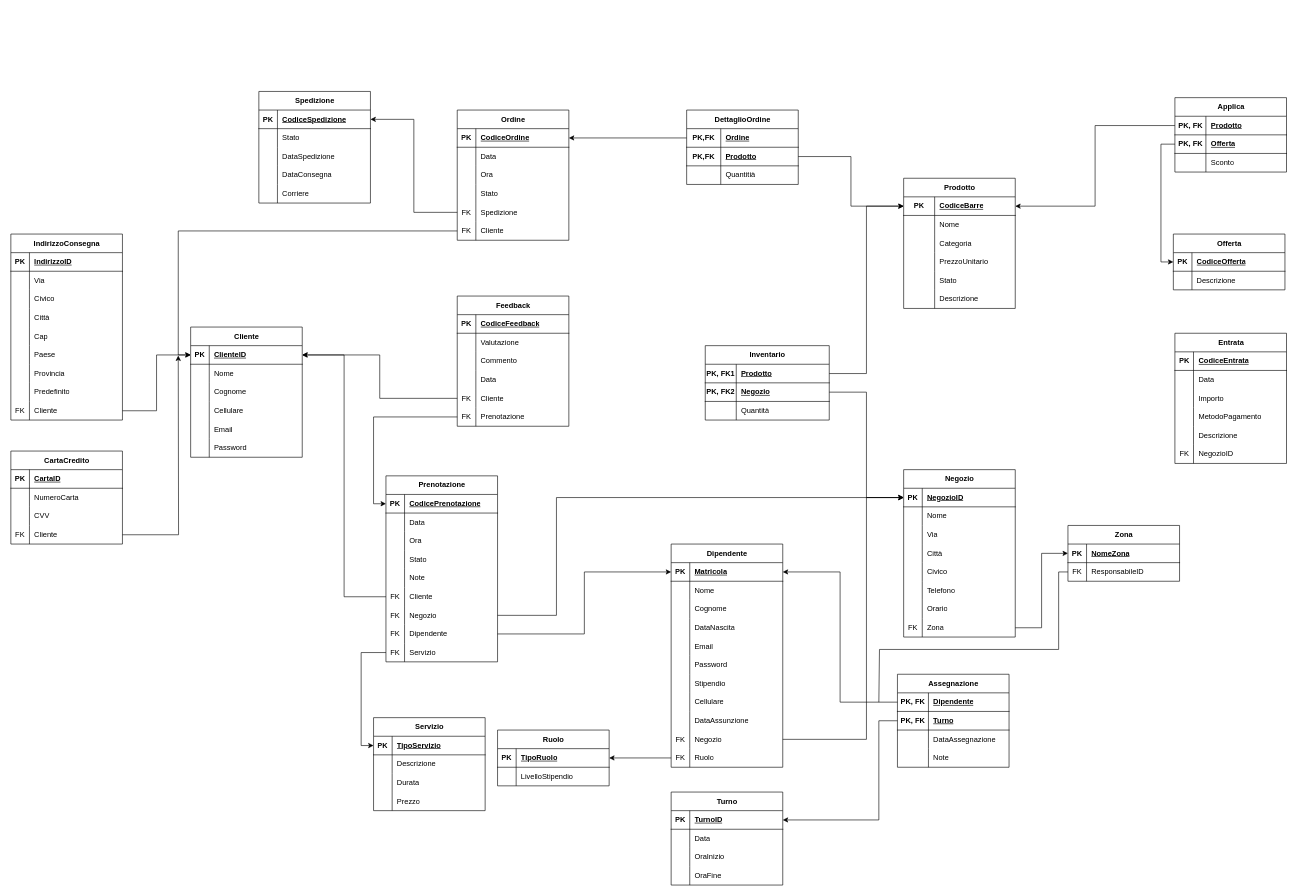
Before: drawio/logico.drawio in IonutZbir/ProgettoDatabase, a draw.io diagram. Source tidied: cells renumbered, new cells numbered last; positions are measured from the earlier drawing's top-left corner, leaving out a move shared by most shapes. Both pictures are drawn from the tidied source at 62%, with x=0, y=0 at pixel (11, 91).
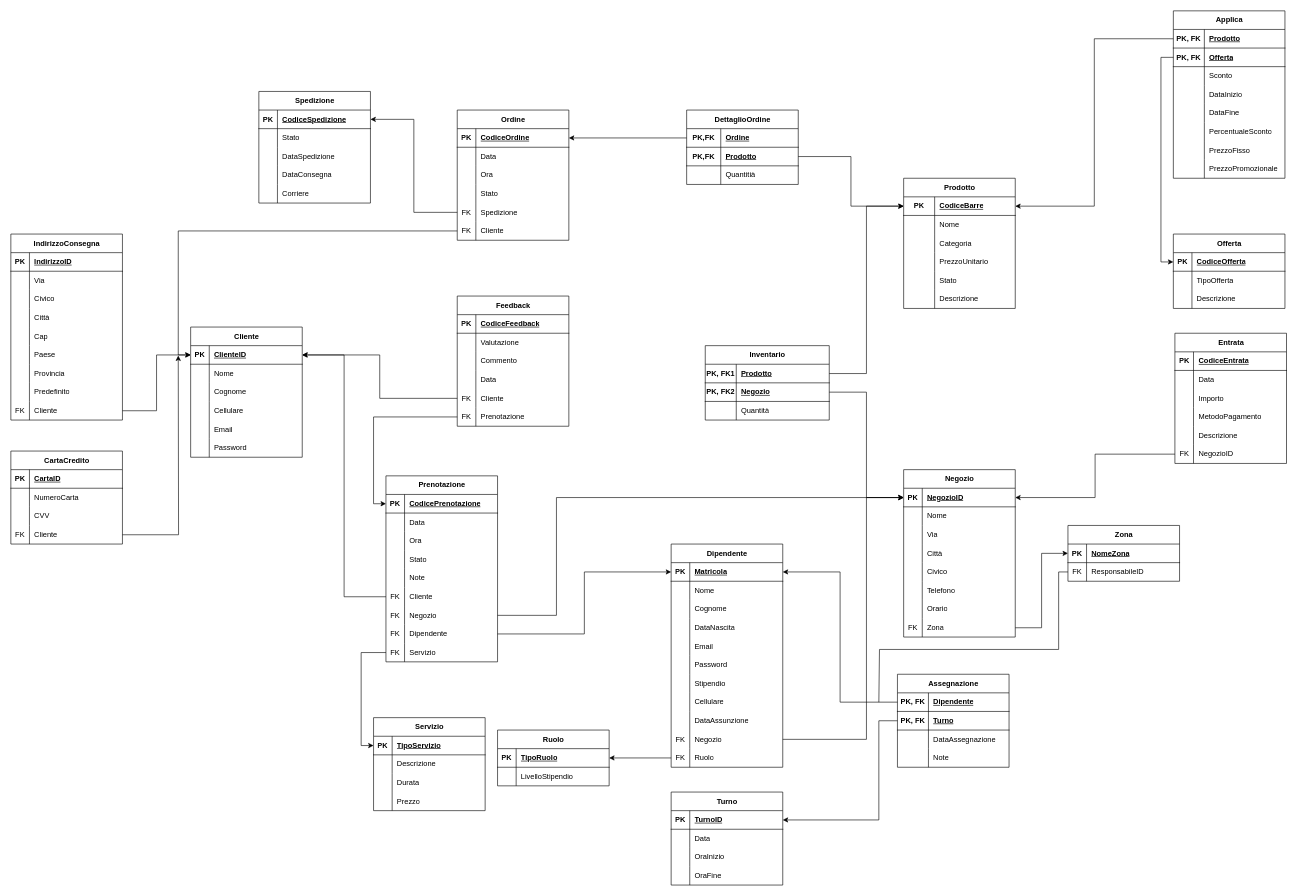
The same diagram, later.

Unchanged cells that the change refers to:
```xml
<mxCell id="3" style="shape=tableRow;horizontal=0;startSize=0;swimlaneHead=0;swimlaneBody=0;fillColor=none;points=[[0,0.5],[1,0.5]];portConstraint=eastwest;top=0;left=0;right=0;bottom=1;" parent="2" vertex="1">
  <mxGeometry y="30" width="180" height="30" as="geometry" />
</mxCell>
<mxCell id="72" style="shape=tableRow;horizontal=0;startSize=0;swimlaneHead=0;swimlaneBody=0;fillColor=none;points=[[0,0.5],[1,0.5]];portConstraint=eastwest;top=0;left=0;right=0;bottom=0;" parent="56" vertex="1">
  <mxGeometry y="180" width="180" height="30" as="geometry" />
</mxCell>
<mxCell id="318" style="shape=tableRow;horizontal=0;startSize=0;swimlaneHead=0;swimlaneBody=0;fillColor=none;top=0;left=0;right=0;bottom=0;" parent="314" vertex="1">
  <mxGeometry y="60" width="180" height="30" as="geometry" />
</mxCell>
```

The edit, as a diff of the source:
```diff
@@
     <mxCell id="314" value="Offerta" style="shape=table;startSize=30;childLayout=tableLayout;rowLines=0;fontStyle=1;align=center;html=1;" parent="1" vertex="1">
-      <mxGeometry x="1875" y="230" width="180" height="90" as="geometry" />
+      <mxGeometry x="1875" y="230" width="180" height="120" as="geometry" />
     </mxCell>
@@
-    <mxCell id="320" value="Descrizione" style="shape=partialRectangle;fillColor=none;top=0;left=0;bottom=0;right=0;align=left;spacingLeft=6;overflow=hidden;whiteSpace=wrap;html=1;" parent="318" vertex="1">
+    <mxCell id="320" value="TipoOfferta" style="shape=partialRectangle;fillColor=none;top=0;left=0;bottom=0;right=0;align=left;spacingLeft=6;overflow=hidden;whiteSpace=wrap;html=1;" parent="318" vertex="1">
       <mxGeometry x="30" width="150" height="30" as="geometry" />
     </mxCell>
+    <mxCell id="355" style="shape=tableRow;horizontal=0;startSize=0;swimlaneHead=0;swimlaneBody=0;fillColor=none;top=0;left=0;right=0;bottom=0;" parent="314" vertex="1">
+      <mxGeometry y="90" width="180" height="30" as="geometry" />
+    </mxCell>
+    <mxCell id="356" style="shape=partialRectangle;fillColor=none;top=0;left=0;bottom=0;right=0;overflow=hidden;whiteSpace=wrap;html=1;" parent="355" vertex="1">
+      <mxGeometry width="30" height="30" as="geometry" />
+    </mxCell>
+    <mxCell id="357" value="Descrizione" style="shape=partialRectangle;fillColor=none;top=0;left=0;bottom=0;right=0;align=left;spacingLeft=6;overflow=hidden;whiteSpace=wrap;html=1;" parent="355" vertex="1">
+      <mxGeometry x="30" width="150" height="30" as="geometry" />
+    </mxCell>
     <mxCell id="321" value="Applica" style="shape=table;startSize=30;childLayout=tableLayout;rowLines=0;fontStyle=1;align=center;html=1;" parent="1" vertex="1">
-      <mxGeometry x="1877.5" y="10" width="180" height="120" as="geometry" />
+      <mxGeometry x="1875" y="-130" width="180" height="270" as="geometry" />
     </mxCell>
@@
+    <mxCell id="358" style="shape=tableRow;horizontal=0;startSize=0;swimlaneHead=0;swimlaneBody=0;fillColor=none;top=0;left=0;right=0;bottom=0;" parent="321" vertex="1">
+      <mxGeometry y="120" width="180" height="30" as="geometry" />
+    </mxCell>
+    <mxCell id="359" style="shape=partialRectangle;fillColor=none;top=0;left=0;bottom=0;right=0;overflow=hidden;whiteSpace=wrap;html=1;" parent="358" vertex="1">
+      <mxGeometry width="50" height="30" as="geometry" />
+    </mxCell>
+    <mxCell id="360" value="DataInizio" style="shape=partialRectangle;fillColor=none;top=0;left=0;bottom=0;right=0;align=left;spacingLeft=6;overflow=hidden;whiteSpace=wrap;html=1;" parent="358" vertex="1">
+      <mxGeometry x="50" width="130" height="30" as="geometry" />
+    </mxCell>
+    <mxCell id="361" style="shape=tableRow;horizontal=0;startSize=0;swimlaneHead=0;swimlaneBody=0;fillColor=none;top=0;left=0;right=0;bottom=0;" parent="321" vertex="1">
+      <mxGeometry y="150" width="180" height="30" as="geometry" />
+    </mxCell>
+    <mxCell id="362" style="shape=partialRectangle;fillColor=none;top=0;left=0;bottom=0;right=0;overflow=hidden;whiteSpace=wrap;html=1;" parent="361" vertex="1">
+      <mxGeometry width="50" height="30" as="geometry" />
+    </mxCell>
+    <mxCell id="363" value="DataFine" style="shape=partialRectangle;fillColor=none;top=0;left=0;bottom=0;right=0;align=left;spacingLeft=6;overflow=hidden;whiteSpace=wrap;html=1;" parent="361" vertex="1">
+      <mxGeometry x="50" width="130" height="30" as="geometry" />
+    </mxCell>
+    <mxCell id="364" style="shape=tableRow;horizontal=0;startSize=0;swimlaneHead=0;swimlaneBody=0;fillColor=none;top=0;left=0;right=0;bottom=0;" parent="321" vertex="1">
+      <mxGeometry y="180" width="180" height="30" as="geometry" />
+    </mxCell>
+    <mxCell id="365" style="shape=partialRectangle;fillColor=none;top=0;left=0;bottom=0;right=0;overflow=hidden;whiteSpace=wrap;html=1;" parent="364" vertex="1">
+      <mxGeometry width="50" height="30" as="geometry" />
+    </mxCell>
+    <mxCell id="366" value="PercentualeSconto" style="shape=partialRectangle;fillColor=none;top=0;left=0;bottom=0;right=0;align=left;spacingLeft=6;overflow=hidden;whiteSpace=wrap;html=1;" parent="364" vertex="1">
+      <mxGeometry x="50" width="130" height="30" as="geometry" />
+    </mxCell>
+    <mxCell id="367" style="shape=tableRow;horizontal=0;startSize=0;swimlaneHead=0;swimlaneBody=0;fillColor=none;top=0;left=0;right=0;bottom=0;" parent="321" vertex="1">
+      <mxGeometry y="210" width="180" height="30" as="geometry" />
+    </mxCell>
+    <mxCell id="368" style="shape=partialRectangle;fillColor=none;top=0;left=0;bottom=0;right=0;overflow=hidden;whiteSpace=wrap;html=1;" parent="367" vertex="1">
+      <mxGeometry width="50" height="30" as="geometry" />
+    </mxCell>
+    <mxCell id="369" value="PrezzoFisso" style="shape=partialRectangle;fillColor=none;top=0;left=0;bottom=0;right=0;align=left;spacingLeft=6;overflow=hidden;whiteSpace=wrap;html=1;" parent="367" vertex="1">
+      <mxGeometry x="50" width="130" height="30" as="geometry" />
+    </mxCell>
+    <mxCell id="370" style="shape=tableRow;horizontal=0;startSize=0;swimlaneHead=0;swimlaneBody=0;fillColor=none;top=0;left=0;right=0;bottom=0;" parent="321" vertex="1">
+      <mxGeometry y="240" width="180" height="30" as="geometry" />
+    </mxCell>
+    <mxCell id="371" style="shape=partialRectangle;fillColor=none;top=0;left=0;bottom=0;right=0;overflow=hidden;whiteSpace=wrap;html=1;" parent="370" vertex="1">
+      <mxGeometry width="50" height="30" as="geometry" />
+    </mxCell>
+    <mxCell id="372" value="PrezzoPromozionale" style="shape=partialRectangle;fillColor=none;top=0;left=0;bottom=0;right=0;align=left;spacingLeft=6;overflow=hidden;whiteSpace=wrap;html=1;" parent="370" vertex="1">
+      <mxGeometry x="50" width="130" height="30" as="geometry" />
+    </mxCell>
@@
+    <mxCell id="373" style="edgeStyle=orthogonalEdgeStyle;rounded=0;jettySize=auto;html=1;entryX=1;entryY=0.5;entryDx=0;entryDy=0;" parent="1" edge="1" source="72" target="3">
+      <mxGeometry relative="1" as="geometry" />
+    </mxCell>
```
